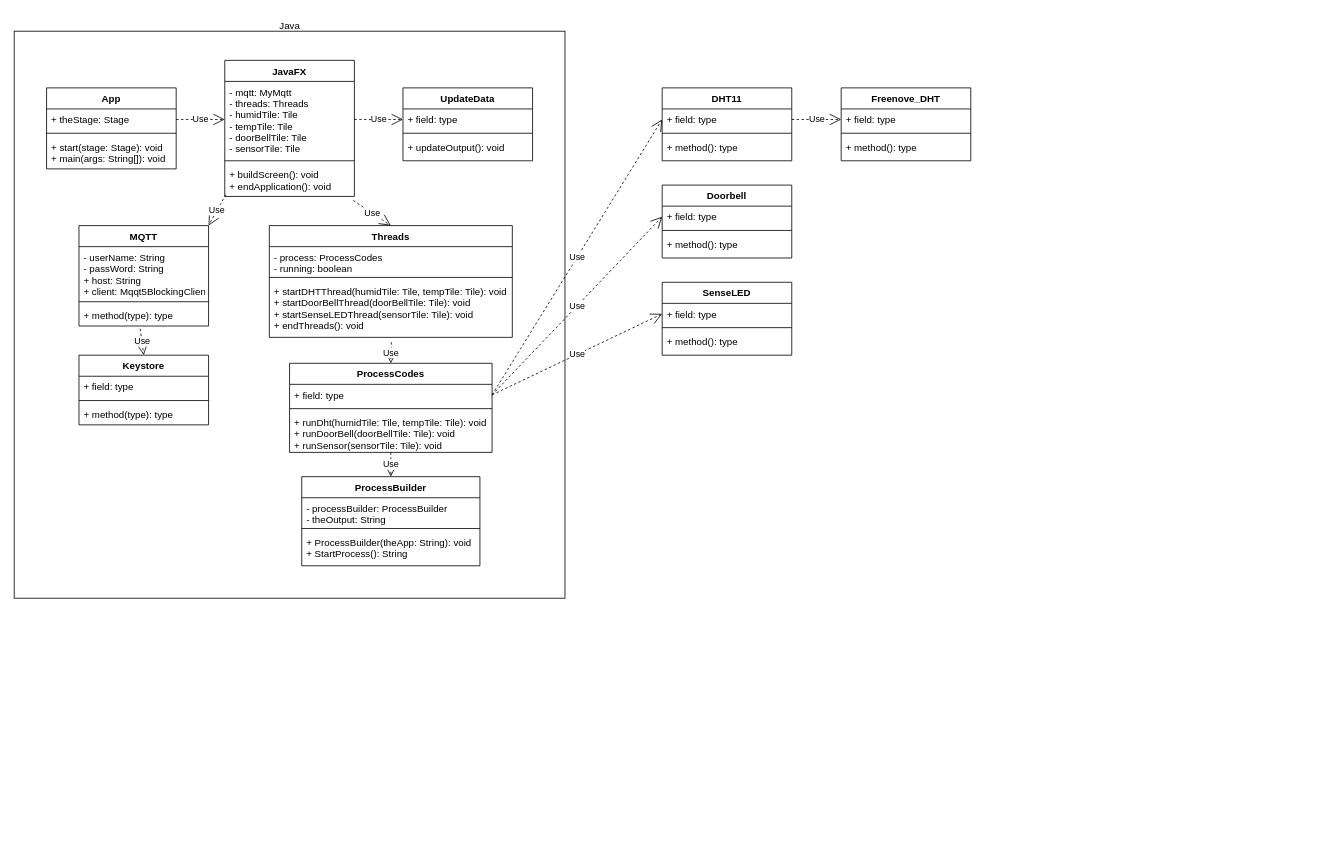
This is UML/data-comm-final-project.drawio from MarkProjs/data-comm-finalProject, a draw.io file, before an edit. Source tidied: cells renumbered, new cells numbered last; positions are measured from the earlier drawing's top-left corner, leaving out a move shared by most shapes. Both pictures are drawn from the tidied source at 81%, with x=0, y=0 at pixel (14, 14).
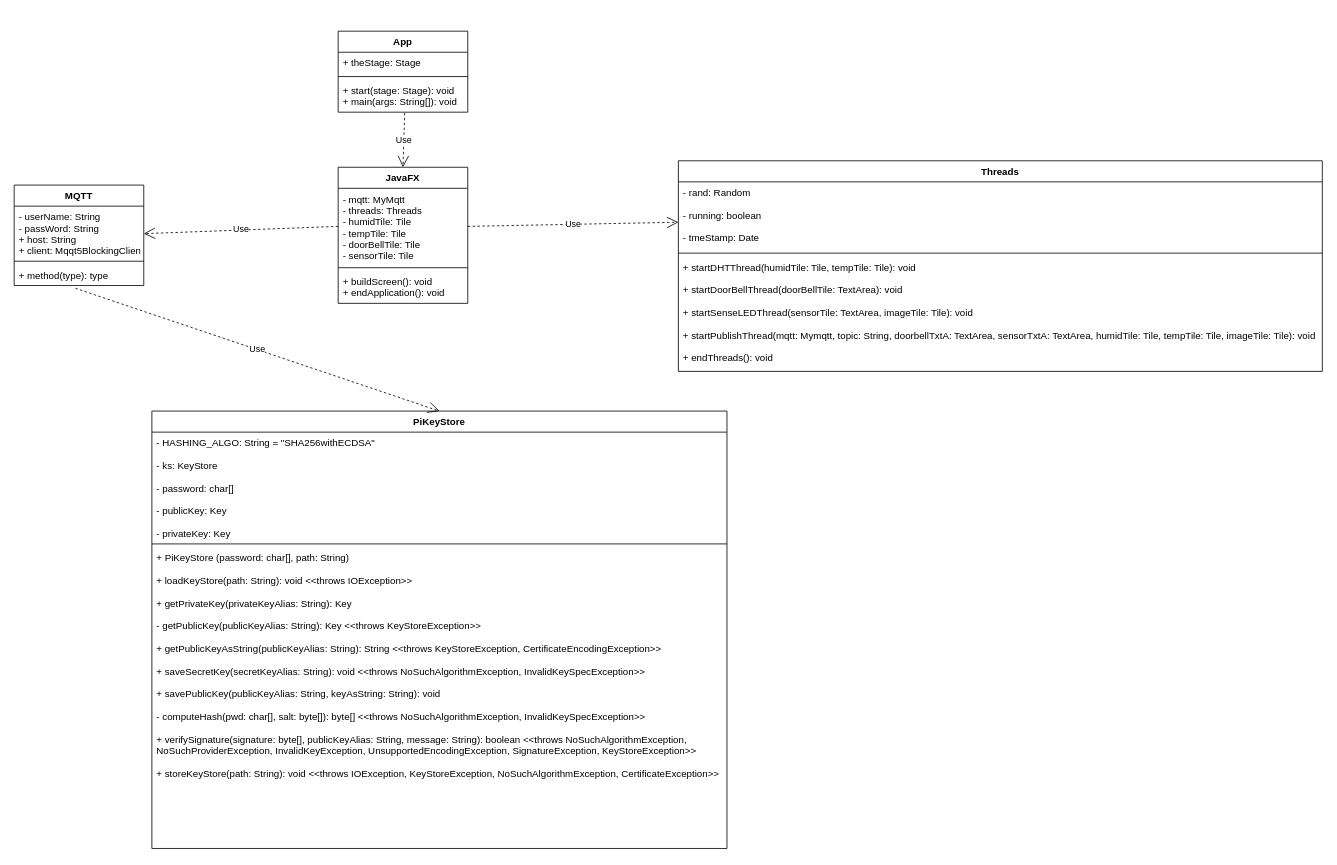
The same diagram, later.

Commit message (it also covers changes not shown here):
modifyingthe uml for the Pikeystore class

Unchanged cells that the change refers to:
```xml
<mxCell id="4" value="+ theStage: Stage" style="text;strokeColor=none;fillColor=none;align=left;verticalAlign=top;spacingLeft=4;spacingRight=4;overflow=hidden;points=[[0,0.5],[1,0.5]];portConstraint=eastwest;" parent="3" vertex="1">
  <mxGeometry y="26" width="160" height="26" as="geometry" />
</mxCell>
<mxCell id="6" value="+ start(stage: Stage): void&#10;+ main(args: String[]): void" style="text;strokeColor=none;fillColor=none;align=left;verticalAlign=top;spacingLeft=4;spacingRight=4;overflow=hidden;points=[[0,0.5],[1,0.5]];portConstraint=eastwest;fontStyle=0;" parent="3" vertex="1">
  <mxGeometry y="60" width="160" height="40" as="geometry" />
</mxCell>
<mxCell id="8" value="- mqtt: MyMqtt&#10;- threads: Threads&#10;- humidTile: Tile&#10;- tempTile: Tile&#10;- doorBellTile: Tile&#10;- sensorTile: Tile" style="text;strokeColor=none;fillColor=none;align=left;verticalAlign=top;spacingLeft=4;spacingRight=4;overflow=hidden;points=[[0,0.5],[1,0.5]];portConstraint=eastwest;" parent="7" vertex="1">
  <mxGeometry y="26" width="160" height="94" as="geometry" />
</mxCell>
<mxCell id="10" value="+ buildScreen(): void&#10;+ endApplication(): void" style="text;strokeColor=none;fillColor=none;align=left;verticalAlign=top;spacingLeft=4;spacingRight=4;overflow=hidden;points=[[0,0.5],[1,0.5]];portConstraint=eastwest;fontStyle=0;" parent="7" vertex="1">
  <mxGeometry y="128" width="160" height="40" as="geometry" />
</mxCell>
```

Change to the diagram source:
```diff
@@
-    <mxCell id="2" style="rounded=0;whiteSpace=wrap;html=1;fillColor=none;" parent="1" vertex="1">
-      <mxGeometry y="21" width="680" height="700" as="geometry" />
-    </mxCell>
     <mxCell id="3" value="App" style="swimlane;fontStyle=1;align=center;verticalAlign=top;horizontal=1;startSize=26;" parent="1" vertex="1">
-      <mxGeometry x="40" y="91" width="160" height="100" as="geometry" />
+      <mxGeometry x="400" y="21" width="160" height="100" as="geometry" />
     </mxCell>
@@
     <mxCell id="7" value="JavaFX" style="swimlane;fontStyle=1;align=center;verticalAlign=top;horizontal=1;startSize=26;" parent="1" vertex="1">
-      <mxGeometry x="260" y="57" width="160" height="168" as="geometry" />
+      <mxGeometry x="400" y="189" width="160" height="168" as="geometry" />
     </mxCell>
@@
-    <mxCell id="11" value="Use" style="endArrow=open;endSize=12;dashed=1;html=1;rounded=0;exitX=1;exitY=0.5;exitDx=0;exitDy=0;entryX=0;entryY=0.5;entryDx=0;entryDy=0;" parent="1" edge="1" source="4" target="8">
-      <mxGeometry relative="1" as="geometry" />
-    </mxCell>
-    <mxCell id="12" value="UpdateData" style="swimlane;fontStyle=1;align=center;verticalAlign=top;horizontal=1;startSize=26;" parent="1" vertex="1">
-      <mxGeometry x="480" y="91" width="160" height="90" as="geometry" />
-    </mxCell>
-    <mxCell id="13" value="+ field: type" style="text;strokeColor=none;fillColor=none;align=left;verticalAlign=top;spacingLeft=4;spacingRight=4;overflow=hidden;points=[[0,0.5],[1,0.5]];portConstraint=eastwest;" parent="12" vertex="1">
-      <mxGeometry y="26" width="160" height="26" as="geometry" />
-    </mxCell>
-    <mxCell id="14" style="line;strokeWidth=1;fillColor=none;align=left;verticalAlign=middle;spacingTop=-1;spacingLeft=3;spacingRight=3;labelPosition=right;strokeColor=inherit;" parent="12" vertex="1">
-      <mxGeometry y="52" width="160" height="8" as="geometry" />
-    </mxCell>
-    <mxCell id="15" value="+ updateOutput(): void" style="text;strokeColor=none;fillColor=none;align=left;verticalAlign=top;spacingLeft=4;spacingRight=4;overflow=hidden;fontStyle=0;" parent="12" vertex="1">
-      <mxGeometry y="60" width="160" height="30" as="geometry" />
-    </mxCell>
     <mxCell id="16" value="MQTT" style="swimlane;fontStyle=1;align=center;verticalAlign=top;horizontal=1;startSize=26;" parent="1" vertex="1">
-      <mxGeometry x="80" y="261" width="160" height="124" as="geometry" />
+      <mxGeometry y="211" width="160" height="124" as="geometry" />
     </mxCell>
@@
-    <mxCell id="20" value="Keystore" style="swimlane;fontStyle=1;align=center;verticalAlign=top;horizontal=1;startSize=26;" parent="1" vertex="1">
-      <mxGeometry x="80" y="421" width="160" height="86" as="geometry" />
+    <mxCell id="20" value="PiKeyStore" style="swimlane;fontStyle=1;align=center;verticalAlign=top;horizontal=1;startSize=26;" parent="1" vertex="1">
+      <mxGeometry x="170" y="490" width="710" height="540" as="geometry" />
     </mxCell>
-    <mxCell id="21" value="+ field: type" style="text;strokeColor=none;fillColor=none;align=left;verticalAlign=top;spacingLeft=4;spacingRight=4;overflow=hidden;" parent="20" vertex="1">
-      <mxGeometry y="26" width="160" height="26" as="geometry" />
+    <mxCell id="21" value="- HASHING_ALGO: String = &quot;SHA256withECDSA&quot;&#10;&#10;- ks: KeyStore&#10;&#10;- password: char[]&#10;&#10;- publicKey: Key&#10;&#10;- privateKey: Key&#10;" style="text;strokeColor=none;fillColor=none;align=left;verticalAlign=top;spacingLeft=4;spacingRight=4;overflow=hidden;" parent="20" vertex="1">
+      <mxGeometry y="26" width="710" height="134" as="geometry" />
     </mxCell>
     <mxCell id="22" style="line;strokeWidth=1;fillColor=none;align=left;verticalAlign=middle;spacingTop=-1;spacingLeft=3;spacingRight=3;labelPosition=right;strokeColor=inherit;" parent="20" vertex="1">
-      <mxGeometry y="52" width="160" height="8" as="geometry" />
+      <mxGeometry y="160" width="710" height="8" as="geometry" />
     </mxCell>
-    <mxCell id="23" value="+ method(type): type" style="text;strokeColor=none;fillColor=none;align=left;verticalAlign=top;spacingLeft=4;spacingRight=4;overflow=hidden;" parent="20" vertex="1">
-      <mxGeometry y="60" width="160" height="26" as="geometry" />
+    <mxCell id="23" value="+ PiKeyStore (password: char[], path: String)&#10;&#10;+ loadKeyStore(path: String): void &lt;&lt;throws IOException&gt;&gt;&#10;&#10;+ getPrivateKey(privateKeyAlias: String): Key&#10;&#10;- getPublicKey(publicKeyAlias: String): Key &lt;&lt;throws KeyStoreException&gt;&gt;&#10;&#10;+ getPublicKeyAsString(publicKeyAlias: String): String &lt;&lt;throws KeyStoreException, CertificateEncodingException&gt;&gt;&#10;&#10;+ saveSecretKey(secretKeyAlias: String): void &lt;&lt;throws NoSuchAlgorithmException, InvalidKeySpecException&gt;&gt;&#10;&#10;+ savePublicKey(publicKeyAlias: String, keyAsString: String): void&#10;&#10;- computeHash(pwd: char[], salt: byte[]): byte[] &lt;&lt;throws NoSuchAlgorithmException, InvalidKeySpecException&gt;&gt;&#10;&#10;+ verifySignature(signature: byte[], publicKeyAlias: String, message: String): boolean &lt;&lt;throws NoSuchAlgorithmException,&#10;NoSuchProviderException, InvalidKeyException, UnsupportedEncodingException, SignatureException, KeyStoreException&gt;&gt;&#10;&#10;+ storeKeyStore(path: String): void &lt;&lt;throws IOException, KeyStoreException, NoSuchAlgorithmException, CertificateException&gt;&gt;" style="text;strokeColor=none;fillColor=none;align=left;verticalAlign=top;spacingLeft=4;spacingRight=4;overflow=hidden;" parent="20" vertex="1">
+      <mxGeometry y="168" width="710" height="372" as="geometry" />
     </mxCell>
     <mxCell id="24" value="Threads" style="swimlane;fontStyle=1;align=center;verticalAlign=top;horizontal=1;startSize=26;" parent="1" vertex="1">
-      <mxGeometry x="315" y="261" width="300" height="138" as="geometry" />
+      <mxGeometry x="820" y="181" width="795" height="260" as="geometry" />
     </mxCell>
-    <mxCell id="25" value="- process: ProcessCodes&#10;- running: boolean" style="text;strokeColor=none;fillColor=none;align=left;verticalAlign=top;spacingLeft=4;spacingRight=4;overflow=hidden;points=[[0,0.5],[1,0.5]];portConstraint=eastwest;" parent="24" vertex="1">
-      <mxGeometry y="26" width="300" height="34" as="geometry" />
+    <mxCell id="25" value="- rand: Random&#10;&#10;- running: boolean&#10;&#10;- tmeStamp: Date" style="text;strokeColor=none;fillColor=none;align=left;verticalAlign=top;spacingLeft=4;spacingRight=4;overflow=hidden;points=[[0,0.5],[1,0.5]];portConstraint=eastwest;" parent="24" vertex="1">
+      <mxGeometry y="26" width="795" height="84" as="geometry" />
     </mxCell>
     <mxCell id="26" style="line;strokeWidth=1;fillColor=none;align=left;verticalAlign=middle;spacingTop=-1;spacingLeft=3;spacingRight=3;labelPosition=right;strokeColor=inherit;" parent="24" vertex="1">
-      <mxGeometry y="60" width="300" height="8" as="geometry" />
+      <mxGeometry y="110" width="795" height="8" as="geometry" />
     </mxCell>
-    <mxCell id="27" value="+ startDHTThread(humidTile: Tile, tempTile: Tile): void&#10;+ startDoorBellThread(doorBellTile: Tile): void&#10;+ startSenseLEDThread(sensorTile: Tile): void&#10;+ endThreads(): void" style="text;strokeColor=none;fillColor=none;align=left;verticalAlign=top;spacingLeft=4;spacingRight=4;overflow=hidden;points=[[0,0.5],[1,0.5]];portConstraint=eastwest;" parent="24" vertex="1">
-      <mxGeometry y="68" width="300" height="70" as="geometry" />
+    <mxCell id="27" value="+ startDHTThread(humidTile: Tile, tempTile: Tile): void&#10;&#10;+ startDoorBellThread(doorBellTile: TextArea): void&#10;&#10;+ startSenseLEDThread(sensorTile: TextArea, imageTile: Tile): void&#10;&#10;+ startPublishThread(mqtt: Mymqtt, topic: String, doorbellTxtA: TextArea, sensorTxtA: TextArea, humidTile: Tile, tempTile: Tile, imageTile: Tile): void&#10;&#10;+ endThreads(): void" style="text;strokeColor=none;fillColor=none;align=left;verticalAlign=top;spacingLeft=4;spacingRight=4;overflow=hidden;points=[[0,0.5],[1,0.5]];portConstraint=eastwest;" parent="24" vertex="1">
+      <mxGeometry y="118" width="795" height="142" as="geometry" />
     </mxCell>
-    <mxCell id="28" value="ProcessCodes" style="swimlane;fontStyle=1;align=center;verticalAlign=top;horizontal=1;startSize=26;" parent="1" vertex="1">
-      <mxGeometry x="340" y="431" width="250" height="110" as="geometry" />
-    </mxCell>
-    <mxCell id="29" value="+ field: type" style="text;strokeColor=none;fillColor=none;align=left;verticalAlign=top;spacingLeft=4;spacingRight=4;overflow=hidden;points=[[0,0.5],[1,0.5]];portConstraint=eastwest;" parent="28" vertex="1">
-      <mxGeometry y="26" width="250" height="26" as="geometry" />
-    </mxCell>
-    <mxCell id="30" style="line;strokeWidth=1;fillColor=none;align=left;verticalAlign=middle;spacingTop=-1;spacingLeft=3;spacingRight=3;labelPosition=right;strokeColor=inherit;" parent="28" vertex="1">
-      <mxGeometry y="52" width="250" height="8" as="geometry" />
-    </mxCell>
-    <mxCell id="31" value="+ runDht(humidTile: Tile, tempTile: Tile): void&#10;+ runDoorBell(doorBellTile: Tile): void&#10;+ runSensor(sensorTile: Tile): void" style="text;strokeColor=none;fillColor=none;align=left;verticalAlign=top;spacingLeft=4;spacingRight=4;overflow=hidden;points=[[0,0.5],[1,0.5]];portConstraint=eastwest;" parent="28" vertex="1">
-      <mxGeometry y="60" width="250" height="50" as="geometry" />
-    </mxCell>
-    <mxCell id="32" value="ProcessBuilder" style="swimlane;fontStyle=1;align=center;verticalAlign=top;horizontal=1;startSize=26;" parent="1" vertex="1">
-      <mxGeometry x="355" y="571" width="220" height="110" as="geometry" />
-    </mxCell>
-    <mxCell id="33" value="- processBuilder: ProcessBuilder&#10;- theOutput: String" style="text;strokeColor=none;fillColor=none;align=left;verticalAlign=top;spacingLeft=4;spacingRight=4;overflow=hidden;" parent="32" vertex="1">
-      <mxGeometry y="26" width="220" height="34" as="geometry" />
-    </mxCell>
-    <mxCell id="34" style="line;strokeWidth=1;fillColor=none;align=left;verticalAlign=middle;spacingTop=-1;spacingLeft=3;spacingRight=3;labelPosition=right;strokeColor=inherit;" parent="32" vertex="1">
-      <mxGeometry y="60" width="220" height="8" as="geometry" />
-    </mxCell>
-    <mxCell id="35" value="+ ProcessBuilder(theApp: String): void&#10;+ StartProcess(): String" style="text;strokeColor=none;fillColor=none;align=left;verticalAlign=top;spacingLeft=4;spacingRight=4;overflow=hidden;" parent="32" vertex="1">
-      <mxGeometry y="68" width="220" height="42" as="geometry" />
-    </mxCell>
-    <mxCell id="36" value="Use" style="endArrow=open;endSize=12;dashed=1;html=1;rounded=0;exitX=1;exitY=0.5;exitDx=0;exitDy=0;entryX=0;entryY=0.5;entryDx=0;entryDy=0;" parent="1" edge="1" source="8" target="13">
-      <mxGeometry relative="1" as="geometry" />
-    </mxCell>
-    <mxCell id="37" value="Use" style="endArrow=open;endSize=12;dashed=1;html=1;rounded=0;exitX=0.007;exitY=0.945;exitDx=0;exitDy=0;entryX=1;entryY=0;entryDx=0;entryDy=0;exitPerimeter=0;" parent="1" edge="1" source="10" target="16">
-      <mxGeometry relative="1" as="geometry" />
+    <mxCell id="37" value="Use" style="endArrow=open;endSize=12;dashed=1;html=1;rounded=0;exitX=0;exitY=0.5;exitDx=0;exitDy=0;" parent="1" edge="1" source="8">
+      <mxGeometry relative="1" as="geometry">
+        <mxPoint x="160" y="271" as="targetPoint" />
+      </mxGeometry>
     </mxCell>
@@
-    <mxCell id="39" value="Use" style="endArrow=open;endSize=12;dashed=1;html=1;rounded=0;exitX=0.992;exitY=1.125;exitDx=0;exitDy=0;entryX=0.5;entryY=0;entryDx=0;entryDy=0;exitPerimeter=0;" parent="1" edge="1" source="10" target="24">
-      <mxGeometry relative="1" as="geometry" />
-    </mxCell>
-    <mxCell id="40" value="Use" style="endArrow=open;endSize=12;dashed=1;html=1;rounded=0;exitX=0.502;exitY=1.085;exitDx=0;exitDy=0;entryX=0.5;entryY=0;entryDx=0;entryDy=0;exitPerimeter=0;" parent="1" edge="1" source="27" target="28">
-      <mxGeometry relative="1" as="geometry" />
-    </mxCell>
-    <mxCell id="41" value="Use" style="endArrow=open;endSize=12;dashed=1;html=1;rounded=0;exitX=0.5;exitY=1;exitDx=0;exitDy=0;exitPerimeter=0;" parent="1" edge="1" source="31" target="32">
-      <mxGeometry relative="1" as="geometry" />
-    </mxCell>
-    <mxCell id="42" value="Java" style="text;html=1;align=center;verticalAlign=middle;strokeColor=none;fillColor=none;" parent="1" vertex="1">
-      <mxGeometry x="315" width="50" height="30" as="geometry" />
-    </mxCell>
-    <mxCell id="43" value="DHT11" style="swimlane;fontStyle=1;align=center;verticalAlign=top;horizontal=1;startSize=26;" parent="1" vertex="1">
-      <mxGeometry x="800" y="91" width="160" height="90" as="geometry" />
-    </mxCell>
-    <mxCell id="44" value="+ field: type" style="text;strokeColor=none;fillColor=none;align=left;verticalAlign=top;spacingLeft=4;spacingRight=4;overflow=hidden;points=[[0,0.5],[1,0.5]];portConstraint=eastwest;" parent="43" vertex="1">
-      <mxGeometry y="26" width="160" height="26" as="geometry" />
-    </mxCell>
-    <mxCell id="45" style="line;strokeWidth=1;fillColor=none;align=left;verticalAlign=middle;spacingTop=-1;spacingLeft=3;spacingRight=3;labelPosition=right;strokeColor=inherit;" parent="43" vertex="1">
-      <mxGeometry y="52" width="160" height="8" as="geometry" />
-    </mxCell>
-    <mxCell id="46" value="+ method(): type" style="text;strokeColor=none;fillColor=none;align=left;verticalAlign=top;spacingLeft=4;spacingRight=4;overflow=hidden;fontStyle=0;" parent="43" vertex="1">
-      <mxGeometry y="60" width="160" height="30" as="geometry" />
-    </mxCell>
-    <mxCell id="47" value="Freenove_DHT" style="swimlane;fontStyle=1;align=center;verticalAlign=top;horizontal=1;startSize=26;" parent="1" vertex="1">
-      <mxGeometry x="1021" y="91" width="160" height="90" as="geometry" />
-    </mxCell>
-    <mxCell id="48" value="+ field: type" style="text;strokeColor=none;fillColor=none;align=left;verticalAlign=top;spacingLeft=4;spacingRight=4;overflow=hidden;points=[[0,0.5],[1,0.5]];portConstraint=eastwest;" parent="47" vertex="1">
-      <mxGeometry y="26" width="160" height="26" as="geometry" />
-    </mxCell>
-    <mxCell id="49" style="line;strokeWidth=1;fillColor=none;align=left;verticalAlign=middle;spacingTop=-1;spacingLeft=3;spacingRight=3;labelPosition=right;strokeColor=inherit;" parent="47" vertex="1">
-      <mxGeometry y="52" width="160" height="8" as="geometry" />
-    </mxCell>
-    <mxCell id="50" value="+ method(): type" style="text;strokeColor=none;fillColor=none;align=left;verticalAlign=top;spacingLeft=4;spacingRight=4;overflow=hidden;fontStyle=0;" parent="47" vertex="1">
-      <mxGeometry y="60" width="160" height="30" as="geometry" />
-    </mxCell>
-    <mxCell id="51" value="Doorbell" style="swimlane;fontStyle=1;align=center;verticalAlign=top;horizontal=1;startSize=26;" parent="1" vertex="1">
-      <mxGeometry x="800" y="211" width="160" height="90" as="geometry" />
-    </mxCell>
-    <mxCell id="52" value="+ field: type" style="text;strokeColor=none;fillColor=none;align=left;verticalAlign=top;spacingLeft=4;spacingRight=4;overflow=hidden;points=[[0,0.5],[1,0.5]];portConstraint=eastwest;" parent="51" vertex="1">
-      <mxGeometry y="26" width="160" height="26" as="geometry" />
-    </mxCell>
-    <mxCell id="53" style="line;strokeWidth=1;fillColor=none;align=left;verticalAlign=middle;spacingTop=-1;spacingLeft=3;spacingRight=3;labelPosition=right;strokeColor=inherit;" parent="51" vertex="1">
-      <mxGeometry y="52" width="160" height="8" as="geometry" />
-    </mxCell>
-    <mxCell id="54" value="+ method(): type" style="text;strokeColor=none;fillColor=none;align=left;verticalAlign=top;spacingLeft=4;spacingRight=4;overflow=hidden;fontStyle=0;" parent="51" vertex="1">
-      <mxGeometry y="60" width="160" height="30" as="geometry" />
-    </mxCell>
-    <mxCell id="55" value="SenseLED" style="swimlane;fontStyle=1;align=center;verticalAlign=top;horizontal=1;startSize=26;" parent="1" vertex="1">
-      <mxGeometry x="800" y="331" width="160" height="90" as="geometry" />
-    </mxCell>
-    <mxCell id="56" value="+ field: type" style="text;strokeColor=none;fillColor=none;align=left;verticalAlign=top;spacingLeft=4;spacingRight=4;overflow=hidden;points=[[0,0.5],[1,0.5]];portConstraint=eastwest;" parent="55" vertex="1">
-      <mxGeometry y="26" width="160" height="26" as="geometry" />
-    </mxCell>
-    <mxCell id="57" style="line;strokeWidth=1;fillColor=none;align=left;verticalAlign=middle;spacingTop=-1;spacingLeft=3;spacingRight=3;labelPosition=right;strokeColor=inherit;" parent="55" vertex="1">
-      <mxGeometry y="52" width="160" height="8" as="geometry" />
-    </mxCell>
-    <mxCell id="58" value="+ method(): type" style="text;strokeColor=none;fillColor=none;align=left;verticalAlign=top;spacingLeft=4;spacingRight=4;overflow=hidden;fontStyle=0;" parent="55" vertex="1">
-      <mxGeometry y="60" width="160" height="30" as="geometry" />
-    </mxCell>
-    <mxCell id="59" value="Use" style="endArrow=open;endSize=12;dashed=1;html=1;rounded=0;exitX=1;exitY=0.5;exitDx=0;exitDy=0;entryX=0;entryY=0.5;entryDx=0;entryDy=0;" parent="1" edge="1" source="44" target="48">
-      <mxGeometry relative="1" as="geometry" />
-    </mxCell>
-    <mxCell id="60" value="Use" style="endArrow=open;endSize=12;dashed=1;html=1;rounded=0;exitX=1;exitY=0.5;exitDx=0;exitDy=0;entryX=0;entryY=0.5;entryDx=0;entryDy=0;" parent="1" edge="1" source="29" target="44">
-      <mxGeometry relative="1" as="geometry" />
-    </mxCell>
-    <mxCell id="61" value="Use" style="endArrow=open;endSize=12;dashed=1;html=1;rounded=0;exitX=1;exitY=0.5;exitDx=0;exitDy=0;entryX=0;entryY=0.5;entryDx=0;entryDy=0;" parent="1" edge="1" source="29" target="52">
-      <mxGeometry relative="1" as="geometry" />
-    </mxCell>
-    <mxCell id="62" value="Use" style="endArrow=open;endSize=12;dashed=1;html=1;rounded=0;exitX=1;exitY=0.5;exitDx=0;exitDy=0;entryX=0;entryY=0.5;entryDx=0;entryDy=0;" parent="1" edge="1" source="29" target="56">
-      <mxGeometry relative="1" as="geometry" />
-    </mxCell>
+    <mxCell id="63" value="Use" style="endArrow=open;endSize=12;dashed=1;html=1;rounded=0;exitX=0.513;exitY=1.025;exitDx=0;exitDy=0;entryX=0.5;entryY=0;entryDx=0;entryDy=0;exitPerimeter=0;" parent="1" edge="1" source="6" target="7">
+      <mxGeometry relative="1" as="geometry" />
+    </mxCell>
+    <mxCell id="64" value="Use" style="endArrow=open;endSize=12;dashed=1;html=1;rounded=0;exitX=1;exitY=0.5;exitDx=0;exitDy=0;" parent="1" edge="1" source="8" target="25">
+      <mxGeometry relative="1" as="geometry" />
+    </mxCell>
```
